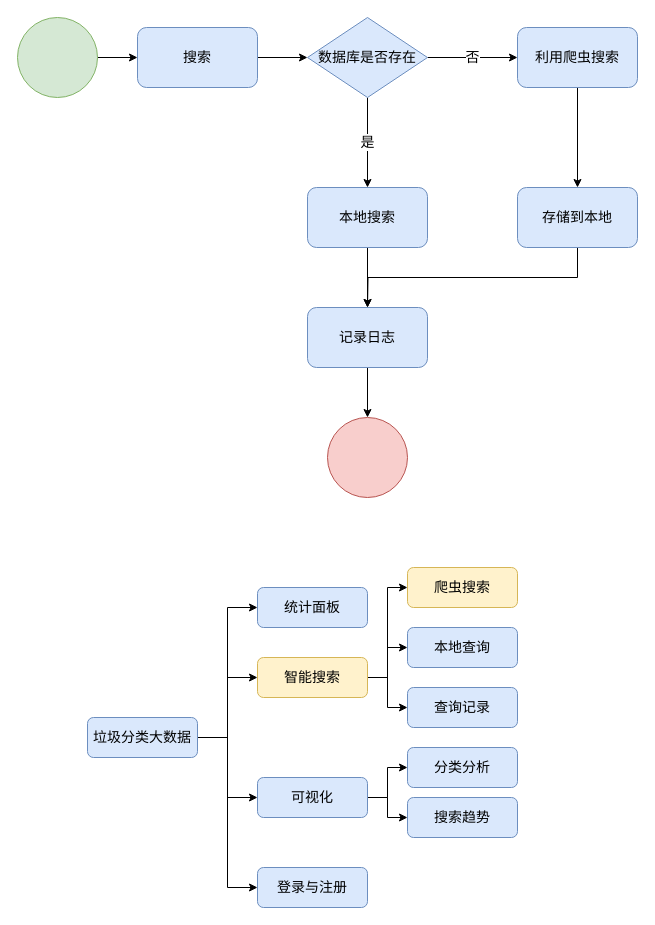
Above: 垃圾分类.drawio in redcomet88/DRAW (draw.io), before the change. Source tidied: cells renumbered, new cells numbered last; positions are measured from the earlier drawing's top-left corner, leaving out a move shared by most shapes. Both pictures are drawn from the tidied source at 100%, with x=0, y=0 at pixel (17, 17).
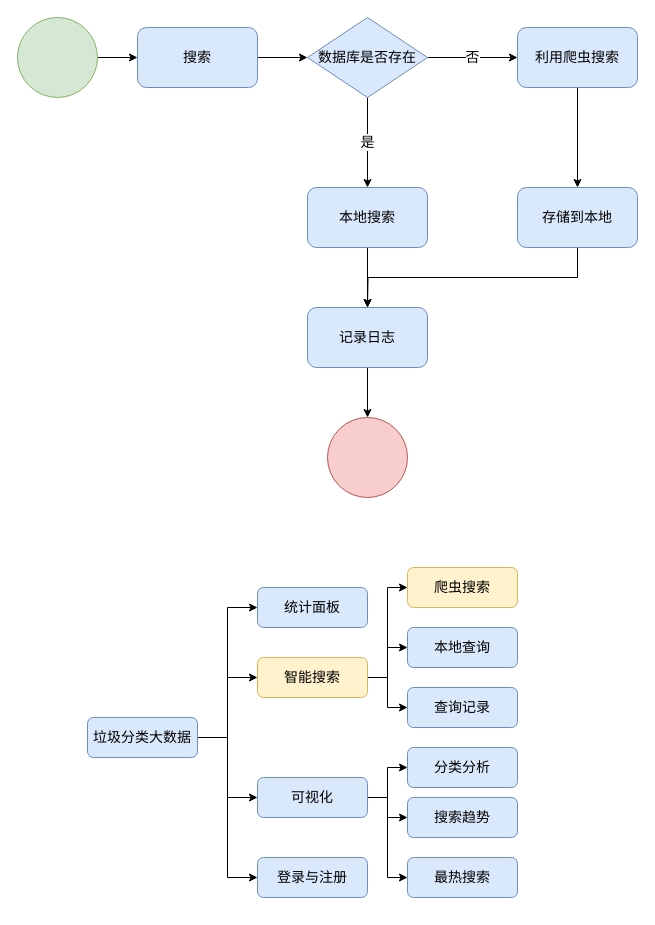
Above is the later version.

Unchanged cells that the change refers to:
```xml
<mxCell id="29" value="可视化" style="rounded=1;whiteSpace=wrap;html=1;fillColor=#dae8fc;strokeColor=#6c8ebf;fontSize=14;" parent="1" vertex="1">
  <mxGeometry x="240" y="760" width="110" height="40" as="geometry" />
</mxCell>
```

Change to the diagram source:
```diff
@@
+    <mxCell id="37" style="edgeStyle=orthogonalEdgeStyle;rounded=0;jettySize=auto;html=1;exitX=1;exitY=0.5;exitDx=0;exitDy=0;entryX=0;entryY=0.5;entryDx=0;entryDy=0;fontSize=14;" parent="1" edge="1" source="29" target="38">
+      <mxGeometry relative="1" as="geometry" />
+    </mxCell>
@@
     <mxCell id="33" value="登录与注册" style="rounded=1;whiteSpace=wrap;html=1;fillColor=#dae8fc;strokeColor=#6c8ebf;fontSize=14;" parent="1" vertex="1">
-      <mxGeometry x="240" y="850" width="110" height="40" as="geometry" />
+      <mxGeometry x="240" y="840" width="110" height="40" as="geometry" />
     </mxCell>
@@
+    <mxCell id="38" value="最热搜索" style="rounded=1;whiteSpace=wrap;html=1;fillColor=#dae8fc;strokeColor=#6c8ebf;fontSize=14;" parent="1" vertex="1">
+      <mxGeometry x="390" y="840" width="110" height="40" as="geometry" />
+    </mxCell>
```
